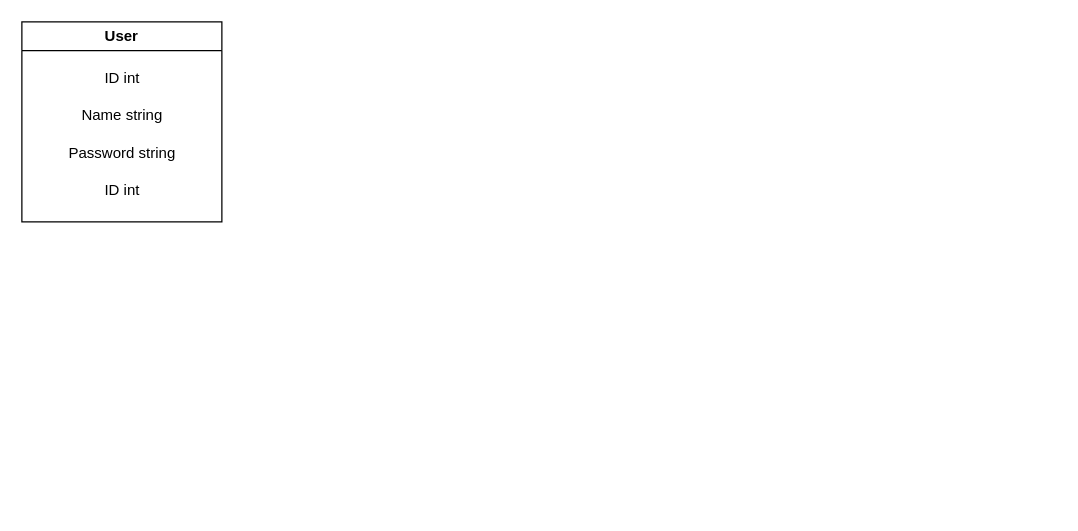
The draw.io diagram internal/service/migrations/schema/schema.drawio in VanLavr/Chat, before the edit. Source tidied: cells renumbered, new cells numbered last; positions are measured from the earlier drawing's top-left corner, leaving out a move shared by most shapes. Both pictures are drawn from the tidied source at 125%, with x=0, y=0 at pixel (21, 21).
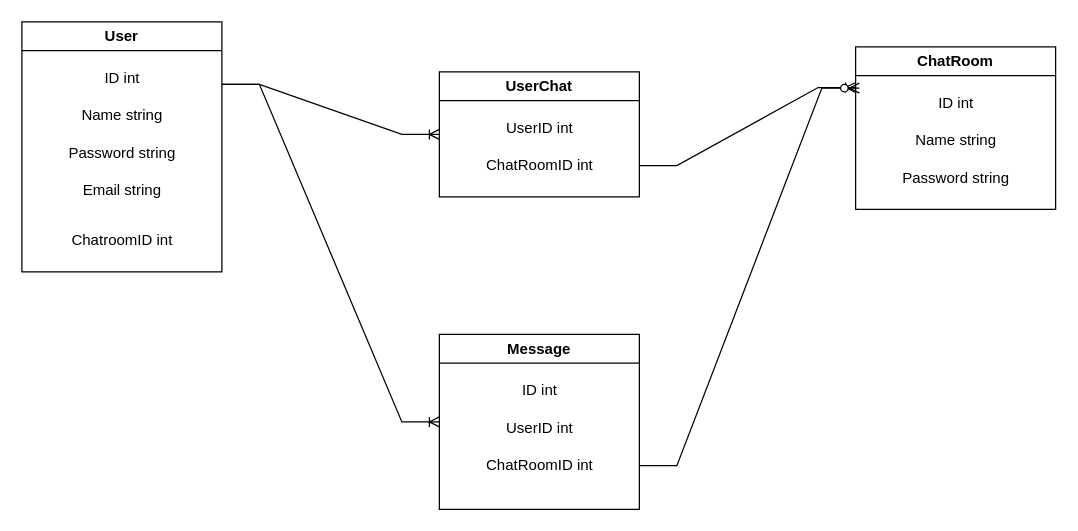
After the change.

Change to the diagram source:
```diff
@@
     <mxCell id="2" value="User" style="swimlane;whiteSpace=wrap;html=1;" parent="1" vertex="1">
-      <mxGeometry width="160" height="160" as="geometry" />
+      <mxGeometry width="160" height="200" as="geometry" />
     </mxCell>
@@
-    <mxCell id="6" value="ID int" style="text;html=1;align=center;verticalAlign=middle;strokeColor=none;fillColor=none;" parent="2" vertex="1">
-      <mxGeometry x="50" y="120" width="60" height="30" as="geometry" />
+    <mxCell id="6" value="&lt;div&gt;Email string&lt;br&gt;&lt;/div&gt;" style="text;html=1;align=center;verticalAlign=middle;strokeColor=none;fillColor=none;" parent="2" vertex="1">
+      <mxGeometry x="35" y="120" width="90" height="30" as="geometry" />
     </mxCell>
+    <mxCell id="7" value="ChatroomID int" style="text;html=1;align=center;verticalAlign=middle;strokeColor=none;fillColor=none;" parent="2" vertex="1">
+      <mxGeometry x="25" y="160" width="110" height="30" as="geometry" />
+    </mxCell>
+    <mxCell id="8" value="ChatRoom" style="swimlane;whiteSpace=wrap;html=1;" parent="1" vertex="1">
+      <mxGeometry x="667" y="20" width="160" height="130" as="geometry" />
+    </mxCell>
+    <mxCell id="9" value="ID int" style="text;html=1;align=center;verticalAlign=middle;strokeColor=none;fillColor=none;" parent="8" vertex="1">
+      <mxGeometry x="50" y="30" width="60" height="30" as="geometry" />
+    </mxCell>
+    <mxCell id="10" value="Name string" style="text;html=1;align=center;verticalAlign=middle;strokeColor=none;fillColor=none;" parent="8" vertex="1">
+      <mxGeometry x="35" y="60" width="90" height="30" as="geometry" />
+    </mxCell>
+    <mxCell id="11" value="Password string" style="text;html=1;align=center;verticalAlign=middle;strokeColor=none;fillColor=none;" parent="8" vertex="1">
+      <mxGeometry x="20" y="90" width="120" height="30" as="geometry" />
+    </mxCell>
+    <mxCell id="12" value="UserChat" style="swimlane;whiteSpace=wrap;html=1;startSize=23;" parent="1" vertex="1">
+      <mxGeometry x="334" y="40" width="160" height="100" as="geometry" />
+    </mxCell>
+    <mxCell id="13" value="UserID int" style="text;html=1;align=center;verticalAlign=middle;strokeColor=none;fillColor=none;" parent="12" vertex="1">
+      <mxGeometry x="40" y="30" width="80" height="30" as="geometry" />
+    </mxCell>
+    <mxCell id="14" value="ChatRoomID int" style="text;html=1;align=center;verticalAlign=middle;strokeColor=none;fillColor=none;" parent="12" vertex="1">
+      <mxGeometry x="25" y="60" width="110" height="30" as="geometry" />
+    </mxCell>
+    <mxCell id="15" style="edgeStyle=entityRelationEdgeStyle;fontSize=12;html=1;endArrow=ERoneToMany;rounded=0;exitX=1;exitY=0.25;exitDx=0;exitDy=0;entryX=0;entryY=0.5;entryDx=0;entryDy=0;" parent="1" edge="1" source="2" target="12">
+      <mxGeometry relative="1" as="geometry" />
+    </mxCell>
+    <mxCell id="16" style="edgeStyle=entityRelationEdgeStyle;fontSize=12;html=1;endArrow=ERoneToMany;rounded=0;entryX=0;entryY=0.25;entryDx=0;entryDy=0;exitX=1;exitY=0.75;exitDx=0;exitDy=0;" parent="1" edge="1" source="12" target="8">
+      <mxGeometry relative="1" as="geometry">
+        <Array as="points">
+          <mxPoint x="680" y="304.2" />
+          <mxPoint x="670" y="264.2" />
+          <mxPoint x="630" y="304.2" />
+          <mxPoint x="560" y="160" />
+          <mxPoint x="650" y="314.2" />
+        </Array>
+      </mxGeometry>
+    </mxCell>
+    <mxCell id="17" value="Message" style="swimlane;whiteSpace=wrap;html=1;" parent="1" vertex="1">
+      <mxGeometry x="334" y="250" width="160" height="140" as="geometry" />
+    </mxCell>
+    <mxCell id="18" value="ID int" style="text;html=1;align=center;verticalAlign=middle;strokeColor=none;fillColor=none;" parent="17" vertex="1">
+      <mxGeometry x="50" y="30" width="60" height="30" as="geometry" />
+    </mxCell>
+    <mxCell id="19" value="UserID int" style="text;html=1;align=center;verticalAlign=middle;strokeColor=none;fillColor=none;" parent="17" vertex="1">
+      <mxGeometry x="40" y="60" width="80" height="30" as="geometry" />
+    </mxCell>
+    <mxCell id="20" value="ChatRoomID int" style="text;html=1;align=center;verticalAlign=middle;strokeColor=none;fillColor=none;" parent="17" vertex="1">
+      <mxGeometry x="25" y="90" width="110" height="30" as="geometry" />
+    </mxCell>
+    <mxCell id="21" style="edgeStyle=entityRelationEdgeStyle;fontSize=12;html=1;endArrow=ERoneToMany;rounded=0;exitX=1;exitY=0.25;exitDx=0;exitDy=0;entryX=0;entryY=0.5;entryDx=0;entryDy=0;" parent="1" edge="1" source="2" target="17">
+      <mxGeometry relative="1" as="geometry" />
+    </mxCell>
+    <mxCell id="22" style="edgeStyle=entityRelationEdgeStyle;fontSize=12;html=1;endArrow=ERzeroToMany;endFill=1;rounded=0;exitX=1;exitY=0.75;exitDx=0;exitDy=0;" parent="1" edge="1" source="17">
+      <mxGeometry relative="1" as="geometry">
+        <mxPoint x="670" y="53" as="targetPoint" />
+      </mxGeometry>
+    </mxCell>
```
